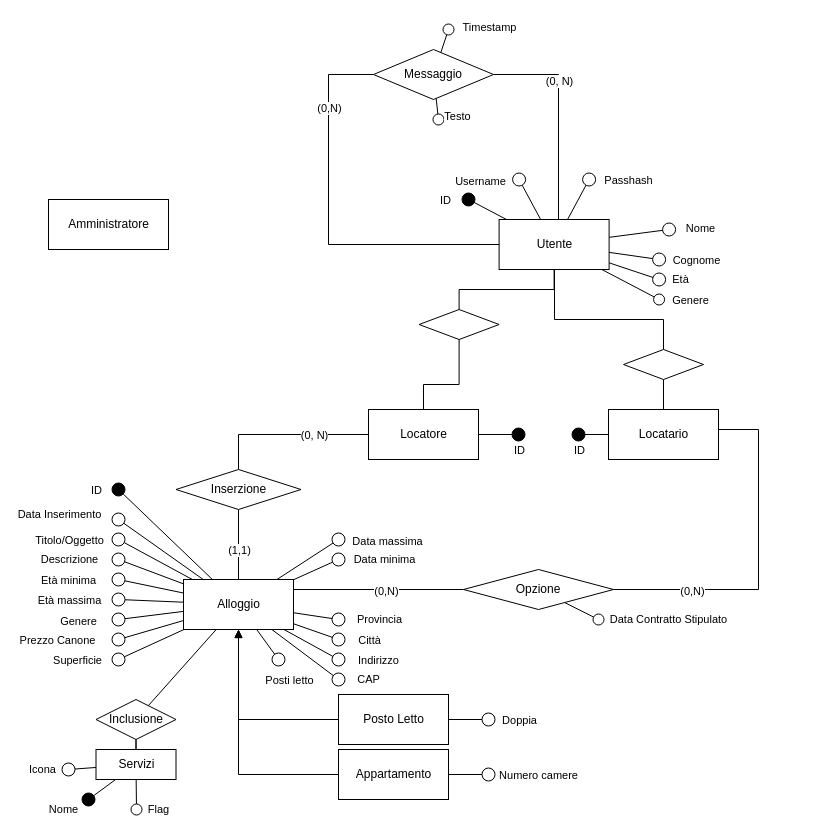
begbaj/tecweb keeps this draw.io diagram as page "IDEA 10" (2 of 6) of diagrams/database.drawio. Above is the earlier version. Source tidied: cells renumbered, new cells numbered last; positions are measured from the earlier drawing's top-left corner, leaving out a move shared by most shapes. Both pictures are drawn from the tidied source at 100%, with x=0, y=0 at pixel (48, 29).
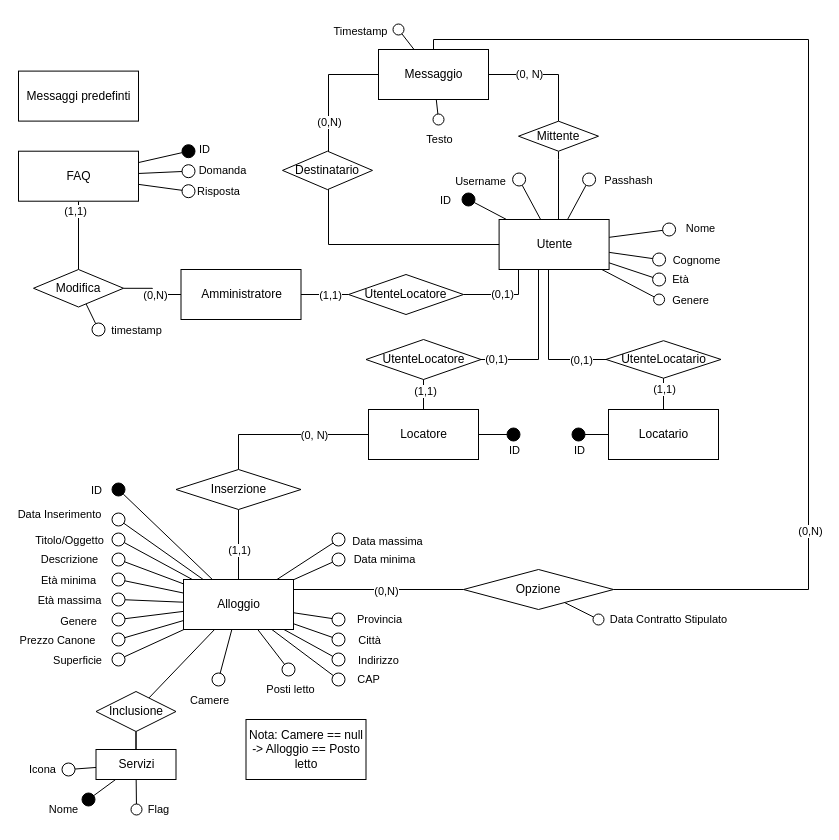
The same diagram, later.

Unchanged cells that the change refers to:
```xml
<mxCell id="9" value="Locatore" style="html=1;" parent="1" vertex="1">
  <mxGeometry x="320" y="380" width="110" height="50" as="geometry" />
</mxCell>
<mxCell id="15" value="Locatario" style="html=1;" parent="1" vertex="1">
  <mxGeometry x="560" y="380" width="110" height="50" as="geometry" />
</mxCell>
<mxCell id="30" value="Utente" style="html=1;" parent="1" vertex="1">
  <mxGeometry x="450.6" y="190" width="110" height="50" as="geometry" />
</mxCell>
<mxCell id="63" value="Alloggio" style="html=1;" parent="1" vertex="1">
  <mxGeometry x="135" y="550" width="110" height="50" as="geometry" />
</mxCell>
<mxCell id="76" style="edgeStyle=none;rounded=0;jettySize=auto;html=1;endArrow=oval;endFill=0;endSize=11;" parent="1" edge="1" source="80">
  <mxGeometry relative="1" as="geometry">
    <mxPoint x="390" y="90" as="targetPoint" />
  </mxGeometry>
</mxCell>
<mxCell id="86" value="Opzione" style="rhombus;whiteSpace=wrap;html=1;" parent="1" vertex="1">
  <mxGeometry x="415" y="540" width="150" height="40" as="geometry" />
</mxCell>
<mxCell id="102" style="edgeStyle=orthogonalEdgeStyle;rounded=0;jettySize=auto;html=1;endArrow=none;endFill=0;" parent="1" edge="1" source="15" target="101">
  <mxGeometry relative="1" as="geometry" />
</mxCell>
```

The edit, as a diff of the source:
```diff
@@
-    <mxCell id="2" style="edgeStyle=orthogonalEdgeStyle;rounded=0;jettySize=auto;html=1;endArrow=none;endFill=0;" parent="1" edge="1" source="30" target="80">
+    <mxCell id="2" style="edgeStyle=orthogonalEdgeStyle;rounded=0;jettySize=auto;html=1;endArrow=none;endFill=0;startArrow=none;" parent="1" edge="1" source="129" target="80">
       <mxGeometry relative="1" as="geometry">
         <Array as="points">
-          <mxPoint x="280" y="215" />
           <mxPoint x="280" y="45" />
         </Array>
       </mxGeometry>
     </mxCell>
     <mxCell id="3" value="(0,N)" style="edgeLabel;html=1;align=center;verticalAlign=middle;" parent="2" vertex="1">
       <mxGeometry x="0.15" y="-1" relative="1" as="geometry">
-        <mxPoint x="-1" y="-85" as="offset" />
+        <mxPoint x="-1" y="43" as="offset" />
       </mxGeometry>
     </mxCell>
@@
     <mxCell id="6" style="edgeStyle=orthogonalEdgeStyle;rounded=0;jettySize=auto;html=1;endArrow=none;endFill=0;startArrow=none;" parent="1" edge="1" source="99" target="30">
-      <mxGeometry relative="1" as="geometry" />
+      <mxGeometry relative="1" as="geometry">
+        <Array as="points">
+          <mxPoint x="490" y="330" />
+        </Array>
+      </mxGeometry>
     </mxCell>
+    <mxCell id="103" value="(0,1)" style="edgeLabel;html=1;align=center;verticalAlign=middle;" parent="6" vertex="1">
+      <mxGeometry x="-0.8" y="1" relative="1" as="geometry" />
+    </mxCell>
-    <mxCell id="7" style="rounded=0;jettySize=auto;html=1;endArrow=oval;endFill=1;endSize=13;" parent="1" edge="1" source="9">
+    <mxCell id="7" style="rounded=0;orthogonalLoop=1;jettySize=auto;html=1;endArrow=oval;endFill=1;endSize=13;" parent="1" edge="1">
       <mxGeometry relative="1" as="geometry">
-        <mxPoint x="470" y="405" as="targetPoint" />
+        <mxPoint x="425" y="405" as="sourcePoint" />
+        <mxPoint x="465" y="405" as="targetPoint" />
       </mxGeometry>
     </mxCell>
@@
     <mxCell id="12" style="edgeStyle=orthogonalEdgeStyle;rounded=0;jettySize=auto;html=1;endArrow=none;endFill=0;startArrow=none;" parent="1" edge="1" source="101" target="30">
       <mxGeometry relative="1" as="geometry">
         <Array as="points">
-          <mxPoint x="615" y="290" />
-          <mxPoint x="506" y="290" />
+          <mxPoint x="500" y="330" />
         </Array>
       </mxGeometry>
     </mxCell>
+    <mxCell id="104" value="(0,1)" style="edgeLabel;html=1;align=center;verticalAlign=middle;" parent="12" vertex="1">
+      <mxGeometry x="-0.56" y="1" relative="1" as="geometry">
+        <mxPoint x="7" y="-1" as="offset" />
+      </mxGeometry>
+    </mxCell>
@@
+    <mxCell id="105" style="edgeStyle=orthogonalEdgeStyle;rounded=0;jettySize=auto;html=1;endArrow=none;endFill=0;startArrow=none;" parent="1" edge="1" source="118" target="30">
+      <mxGeometry relative="1" as="geometry">
+        <Array as="points">
+          <mxPoint x="470" y="265" />
+        </Array>
+      </mxGeometry>
+    </mxCell>
+    <mxCell id="106" value="(0,1)" style="edgeLabel;html=1;align=center;verticalAlign=middle;" parent="105" vertex="1">
+      <mxGeometry x="-0.04" y="1" relative="1" as="geometry" />
+    </mxCell>
     <mxCell id="31" value="Amministratore" style="html=1;" parent="1" vertex="1">
-      <mxGeometry y="170" width="120" height="50" as="geometry" />
+      <mxGeometry x="132.5" y="240" width="120" height="50" as="geometry" />
     </mxCell>
@@
-    <mxCell id="64" style="edgeStyle=orthogonalEdgeStyle;rounded=0;jettySize=auto;html=1;endArrow=block;endFill=1;" parent="1" edge="1" source="69" target="63">
-      <mxGeometry relative="1" as="geometry">
-        <Array as="points">
-          <mxPoint x="190" y="745" />
-        </Array>
-      </mxGeometry>
-    </mxCell>
-    <mxCell id="65" style="edgeStyle=none;rounded=0;jettySize=auto;html=1;endArrow=oval;endFill=0;endSize=13;" parent="1" edge="1" source="69">
-      <mxGeometry relative="1" as="geometry">
-        <mxPoint x="440" y="745" as="targetPoint" />
-      </mxGeometry>
-    </mxCell>
-    <mxCell id="66" value="Numero camere" style="edgeLabel;html=1;align=center;verticalAlign=middle;" parent="65" vertex="1">
-      <mxGeometry x="1" y="-8" relative="1" as="geometry">
-        <mxPoint x="49" y="-8" as="offset" />
-      </mxGeometry>
-    </mxCell>
     <mxCell id="67" style="edgeStyle=none;rounded=0;jettySize=auto;html=1;endArrow=oval;endFill=0;endSize=13;" parent="1" edge="1" source="63">
       <mxGeometry relative="1" as="geometry">
-        <mxPoint x="230" y="630" as="targetPoint" />
+        <mxPoint x="240" y="640" as="targetPoint" />
       </mxGeometry>
     </mxCell>
     <mxCell id="68" value="Posti letto" style="edgeLabel;html=1;align=center;verticalAlign=middle;" parent="67" vertex="1">
       <mxGeometry x="1" y="-7" relative="1" as="geometry">
-        <mxPoint x="16" y="16" as="offset" />
+        <mxPoint x="7" y="16" as="offset" />
       </mxGeometry>
     </mxCell>
-    <mxCell id="69" value="Appartamento" style="html=1;" parent="1" vertex="1">
-      <mxGeometry x="290" y="720" width="110" height="50" as="geometry" />
-    </mxCell>
-    <mxCell id="70" style="edgeStyle=orthogonalEdgeStyle;rounded=0;jettySize=auto;html=1;endArrow=block;endFill=1;" parent="1" edge="1" source="73" target="63">
-      <mxGeometry relative="1" as="geometry">
-        <Array as="points">
-          <mxPoint x="300" y="690" />
-          <mxPoint x="190" y="690" />
-        </Array>
-      </mxGeometry>
-    </mxCell>
-    <mxCell id="71" style="edgeStyle=none;rounded=0;jettySize=auto;html=1;endArrow=oval;endFill=0;endSize=13;" parent="1" edge="1" source="73">
+    <mxCell id="71" style="edgeStyle=none;rounded=0;jettySize=auto;html=1;endArrow=oval;endFill=0;endSize=13;" parent="1" edge="1" source="63">
       <mxGeometry relative="1" as="geometry">
-        <mxPoint x="440" y="690" as="targetPoint" />
+        <mxPoint x="170" y="650" as="targetPoint" />
       </mxGeometry>
     </mxCell>
-    <mxCell id="72" value="Doppia" style="edgeLabel;html=1;align=center;verticalAlign=middle;" parent="71" vertex="1">
+    <mxCell id="72" value="Camere" style="edgeLabel;html=1;align=center;verticalAlign=middle;" parent="71" vertex="1">
       <mxGeometry x="1" y="-7" relative="1" as="geometry">
-        <mxPoint x="30" y="-7" as="offset" />
+        <mxPoint x="-3" y="22" as="offset" />
       </mxGeometry>
     </mxCell>
-    <mxCell id="73" value="Posto Letto" style="html=1;" parent="1" vertex="1">
-      <mxGeometry x="290" y="665" width="110" height="50" as="geometry" />
-    </mxCell>
-    <mxCell id="74" style="edgeStyle=orthogonalEdgeStyle;rounded=0;jettySize=auto;html=1;endArrow=none;endFill=0;exitX=1;exitY=0.5;exitDx=0;exitDy=0;" parent="1" edge="1" source="80" target="30">
+    <mxCell id="74" style="edgeStyle=orthogonalEdgeStyle;rounded=0;jettySize=auto;html=1;endArrow=none;endFill=0;startArrow=none;" parent="1" edge="1" source="127" target="30">
       <mxGeometry relative="1" as="geometry">
         <Array as="points">
-          <mxPoint x="510" y="45" />
+          <mxPoint x="510" y="130" />
+          <mxPoint x="510" y="130" />
         </Array>
       </mxGeometry>
     </mxCell>
-    <mxCell id="75" value="(0, N)" style="edgeLabel;html=1;align=center;verticalAlign=middle;" parent="74" vertex="1">
-      <mxGeometry x="-0.31" relative="1" as="geometry">
-        <mxPoint y="-1" as="offset" />
-      </mxGeometry>
-    </mxCell>
@@
     <mxCell id="77" value="Testo" style="edgeLabel;html=1;align=center;verticalAlign=middle;" parent="76" vertex="1">
       <mxGeometry x="1" y="-6" relative="1" as="geometry">
-        <mxPoint x="24" y="-4" as="offset" />
+        <mxPoint x="6" y="19" as="offset" />
       </mxGeometry>
     </mxCell>
     <mxCell id="78" style="edgeStyle=none;rounded=0;jettySize=auto;html=1;endArrow=oval;endFill=0;endSize=11;" parent="1" edge="1" source="80">
       <mxGeometry relative="1" as="geometry">
-        <mxPoint x="400" as="targetPoint" />
+        <mxPoint x="350" as="targetPoint" />
       </mxGeometry>
     </mxCell>
     <mxCell id="79" value="Timestamp" style="edgeLabel;html=1;align=center;verticalAlign=middle;" parent="78" vertex="1">
       <mxGeometry x="1" y="-6" relative="1" as="geometry">
-        <mxPoint x="35" y="-5" as="offset" />
+        <mxPoint x="-43" y="5" as="offset" />
       </mxGeometry>
     </mxCell>
-    <mxCell id="80" value="Messaggio" style="rhombus;whiteSpace=wrap;html=1;" parent="1" vertex="1">
-      <mxGeometry x="325" y="20" width="120" height="50" as="geometry" />
-    </mxCell>
@@
-    <mxCell id="87" style="edgeStyle=orthogonalEdgeStyle;rounded=0;jettySize=auto;html=1;endArrow=none;endFill=0;" parent="1" edge="1" source="15" target="86">
+    <mxCell id="87" style="edgeStyle=orthogonalEdgeStyle;rounded=0;jettySize=auto;html=1;endArrow=none;endFill=0;" parent="1" edge="1" source="80" target="86">
       <mxGeometry relative="1" as="geometry">
         <Array as="points">
-          <mxPoint x="710" y="400" />
-          <mxPoint x="710" y="560" />
+          <mxPoint x="385" y="10" />
+          <mxPoint x="760" y="10" />
+          <mxPoint x="760" y="560" />
         </Array>
       </mxGeometry>
     </mxCell>
@@
     <mxCell id="97" value="Inclusione" style="rhombus;whiteSpace=wrap;html=1;" parent="1" vertex="1">
-      <mxGeometry x="47.5" y="670" width="80" height="40" as="geometry" />
+      <mxGeometry x="47.5" y="662" width="80" height="40" as="geometry" />
     </mxCell>
@@
-    <mxCell id="99" style="rhombus;whiteSpace=wrap;html=1;" parent="1" vertex="1">
-      <mxGeometry x="370.6" y="280" width="80" height="30" as="geometry" />
+    <mxCell id="99" value="UtenteLocatore" style="rhombus;whiteSpace=wrap;html=1;" parent="1" vertex="1">
+      <mxGeometry x="317.5" y="310" width="115" height="40" as="geometry" />
     </mxCell>
     <mxCell id="100" style="edgeStyle=orthogonalEdgeStyle;rounded=0;jettySize=auto;html=1;endArrow=none;endFill=0;" parent="1" edge="1" source="9" target="99">
       <mxGeometry relative="1" as="geometry">
         <Array as="points">
-          <mxPoint x="375" y="355" />
+          <mxPoint x="375" y="330" />
+          <mxPoint x="375" y="330" />
         </Array>
       </mxGeometry>
     </mxCell>
+    <mxCell id="107" value="(1,1)" style="edgeLabel;html=1;align=center;verticalAlign=middle;" parent="100" vertex="1">
+      <mxGeometry x="0.29" y="-1" relative="1" as="geometry" />
+    </mxCell>
-    <mxCell id="101" style="rhombus;whiteSpace=wrap;html=1;" parent="1" vertex="1">
-      <mxGeometry x="575" y="320" width="80" height="30" as="geometry" />
+    <mxCell id="101" value="UtenteLocatario" style="rhombus;whiteSpace=wrap;html=1;" parent="1" vertex="1">
+      <mxGeometry x="557.5" y="311.2" width="115" height="37.5" as="geometry" />
     </mxCell>
@@
+    <mxCell id="108" value="(1,1)" style="edgeLabel;html=1;align=center;verticalAlign=middle;" parent="102" vertex="1">
+      <mxGeometry x="0.75" y="-1" relative="1" as="geometry">
+        <mxPoint x="-1" y="5" as="offset" />
+      </mxGeometry>
+    </mxCell>
+    <mxCell id="109" style="rounded=0;jettySize=auto;html=1;endArrow=oval;endFill=0;endSize=13;" parent="1" edge="1" source="117">
+      <mxGeometry relative="1" as="geometry">
+        <mxPoint x="140" y="161.7" as="targetPoint" />
+      </mxGeometry>
+    </mxCell>
+    <mxCell id="110" value="Risposta" style="edgeLabel;html=1;align=center;verticalAlign=middle;" parent="109" vertex="1">
+      <mxGeometry x="1" y="-9" relative="1" as="geometry">
+        <mxPoint x="31" y="-9" as="offset" />
+      </mxGeometry>
+    </mxCell>
+    <mxCell id="111" style="edgeStyle=orthogonalEdgeStyle;rounded=0;jettySize=auto;html=1;endArrow=none;endFill=0;" parent="1" edge="1" source="117" target="125">
+      <mxGeometry relative="1" as="geometry" />
+    </mxCell>
+    <mxCell id="112" value="(1,1)" style="edgeLabel;html=1;align=center;verticalAlign=middle;" parent="111" vertex="1">
+      <mxGeometry x="-0.34" y="-2" relative="1" as="geometry">
+        <mxPoint x="-2" y="-13" as="offset" />
+      </mxGeometry>
+    </mxCell>
+    <mxCell id="113" style="edgeStyle=none;rounded=0;jettySize=auto;html=1;endArrow=oval;endFill=0;endSize=13;" parent="1" edge="1" source="117">
+      <mxGeometry relative="1" as="geometry">
+        <mxPoint x="140" y="141.7" as="targetPoint" />
+      </mxGeometry>
+    </mxCell>
+    <mxCell id="114" value="Domanda" style="edgeLabel;html=1;align=center;verticalAlign=middle;" parent="113" vertex="1">
+      <mxGeometry x="0.51" y="-1" relative="1" as="geometry">
+        <mxPoint x="45" y="-3" as="offset" />
+      </mxGeometry>
+    </mxCell>
+    <mxCell id="115" style="edgeStyle=none;rounded=0;jettySize=auto;html=1;endArrow=oval;endFill=1;endSize=13;" parent="1" edge="1" source="117">
+      <mxGeometry relative="1" as="geometry">
+        <mxPoint x="140" y="121.7" as="targetPoint" />
+      </mxGeometry>
+    </mxCell>
+    <mxCell id="116" value="ID" style="edgeLabel;html=1;align=center;verticalAlign=middle;" parent="115" vertex="1">
+      <mxGeometry x="0.58" relative="1" as="geometry">
+        <mxPoint x="26" y="-4" as="offset" />
+      </mxGeometry>
+    </mxCell>
+    <mxCell id="117" value="FAQ" style="html=1;" parent="1" vertex="1">
+      <mxGeometry x="-30" y="121.7" width="120" height="50" as="geometry" />
+    </mxCell>
+    <mxCell id="118" value="UtenteLocatore" style="rhombus;whiteSpace=wrap;html=1;" parent="1" vertex="1">
+      <mxGeometry x="300" y="245" width="115" height="40" as="geometry" />
+    </mxCell>
+    <mxCell id="119" style="edgeStyle=orthogonalEdgeStyle;rounded=0;jettySize=auto;html=1;endArrow=none;endFill=0;" parent="1" edge="1" source="31" target="118">
+      <mxGeometry relative="1" as="geometry" />
+    </mxCell>
+    <mxCell id="120" value="(1,1)" style="edgeLabel;html=1;align=center;verticalAlign=middle;" parent="119" vertex="1">
+      <mxGeometry x="0.22" relative="1" as="geometry" />
+    </mxCell>
+    <mxCell id="121" style="edgeStyle=orthogonalEdgeStyle;rounded=0;jettySize=auto;html=1;endArrow=none;endFill=0;" parent="1" edge="1" source="125" target="31">
+      <mxGeometry relative="1" as="geometry" />
+    </mxCell>
+    <mxCell id="122" value="(0,N)" style="edgeLabel;html=1;align=center;verticalAlign=middle;" parent="121" vertex="1">
+      <mxGeometry x="0.2" relative="1" as="geometry" />
+    </mxCell>
+    <mxCell id="123" style="rounded=0;jettySize=auto;html=1;endArrow=oval;endFill=0;endSize=13;" parent="1" edge="1" source="125">
+      <mxGeometry relative="1" as="geometry">
+        <mxPoint x="50" y="300" as="targetPoint" />
+      </mxGeometry>
+    </mxCell>
+    <mxCell id="124" value="timestamp" style="edgeLabel;html=1;align=center;verticalAlign=middle;" parent="123" vertex="1">
+      <mxGeometry x="0.34" y="1" relative="1" as="geometry">
+        <mxPoint x="41" y="9" as="offset" />
+      </mxGeometry>
+    </mxCell>
+    <mxCell id="125" value="Modifica" style="rhombus;whiteSpace=wrap;html=1;" parent="1" vertex="1">
+      <mxGeometry x="-15" y="240" width="90" height="37.5" as="geometry" />
+    </mxCell>
+    <mxCell id="126" value="Nota: Camere == null -&amp;gt; Alloggio == Posto letto&lt;br&gt;" style="rounded=0;whiteSpace=wrap;html=1;" parent="1" vertex="1">
+      <mxGeometry x="197.5" y="690" width="120" height="60" as="geometry" />
+    </mxCell>
+    <mxCell id="80" value="Messaggio" style="html=1;" parent="1" vertex="1">
+      <mxGeometry x="330" y="20" width="110" height="50" as="geometry" />
+    </mxCell>
+    <mxCell id="127" value="Mittente" style="rhombus;whiteSpace=wrap;html=1;" parent="1" vertex="1">
+      <mxGeometry x="470" y="91.7" width="80" height="30" as="geometry" />
+    </mxCell>
+    <mxCell id="128" style="edgeStyle=orthogonalEdgeStyle;rounded=0;jettySize=auto;html=1;endArrow=none;endFill=0;" parent="1" edge="1" source="80" target="127">
+      <mxGeometry relative="1" as="geometry" />
+    </mxCell>
+    <mxCell id="75" value="(0, N)" style="edgeLabel;html=1;align=center;verticalAlign=middle;" parent="128" vertex="1">
+      <mxGeometry x="-0.31" relative="1" as="geometry">
+        <mxPoint y="-1" as="offset" />
+      </mxGeometry>
+    </mxCell>
+    <mxCell id="129" value="Destinatario" style="rhombus;whiteSpace=wrap;html=1;" parent="1" vertex="1">
+      <mxGeometry x="234" y="121.7" width="90" height="38.4" as="geometry" />
+    </mxCell>
+    <mxCell id="130" style="edgeStyle=orthogonalEdgeStyle;rounded=0;jettySize=auto;html=1;endArrow=none;endFill=0;" parent="1" edge="1" source="30" target="129">
+      <mxGeometry relative="1" as="geometry">
+        <Array as="points">
+          <mxPoint x="280" y="215" />
+        </Array>
+      </mxGeometry>
+    </mxCell>
+    <mxCell id="131" value="Messaggi predefinti" style="html=1;" parent="1" vertex="1">
+      <mxGeometry x="-30" y="41.6" width="120" height="50" as="geometry" />
+    </mxCell>
```
